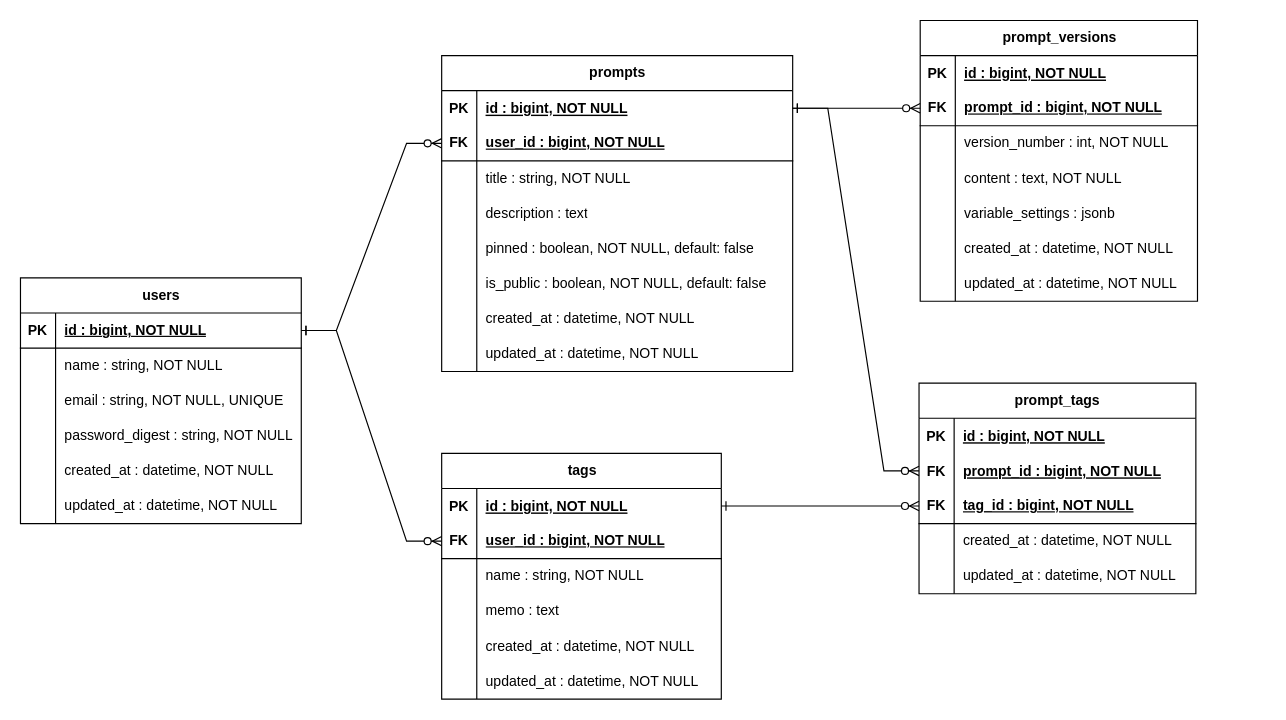
The draw.io diagram ER.drawio in yokota-dev-app/graduation_project_app, before the edit. Source tidied: cells renumbered, new cells numbered last; positions are measured from the earlier drawing's top-left corner, leaving out a move shared by most shapes. Both pictures are drawn from the tidied source at 117%, with x=0, y=0 at pixel (20, 20).
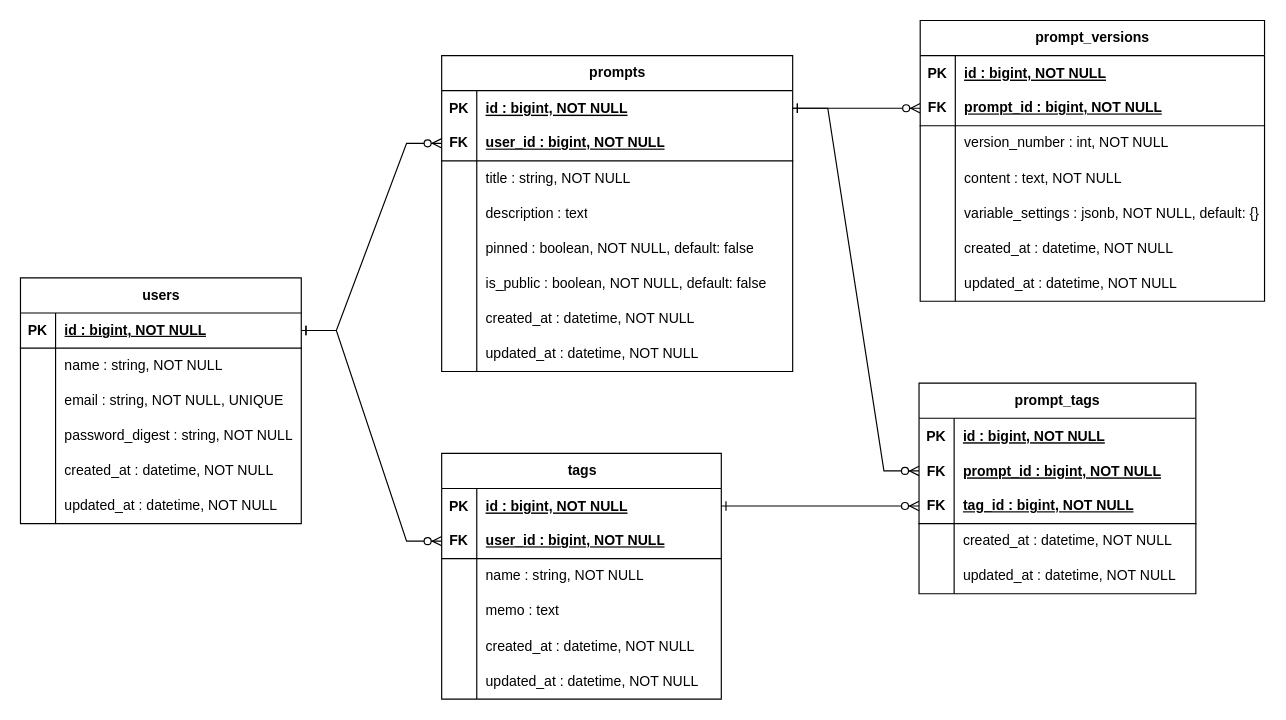
After the change.

Diff of the diagram source:
```diff
@@
     <mxCell id="46" value="prompt_versions" style="shape=table;startSize=30;childLayout=tableLayout;rowLines=0;fontStyle=1;align=center;html=1;" parent="1" vertex="1">
-      <mxGeometry x="769" width="237" height="240" as="geometry" />
+      <mxGeometry x="769" width="294.3" height="240" as="geometry" />
     </mxCell>
     <mxCell id="47" style="shape=tableRow;horizontal=0;startSize=0;swimlaneHead=0;swimlaneBody=0;fillColor=none;top=0;left=0;right=0;bottom=0;fontStyle=1;" parent="46" vertex="1">
-      <mxGeometry y="30" width="237" height="30" as="geometry" />
+      <mxGeometry y="30" width="294.3" height="30" as="geometry" />
     </mxCell>
@@
     <mxCell id="49" value="id : bigint, NOT NULL" style="shape=partialRectangle;fillColor=none;top=0;left=0;bottom=0;right=0;align=left;spacingLeft=6;overflow=hidden;fontStyle=5;" parent="47" vertex="1">
-      <mxGeometry x="30" width="207" height="30" as="geometry" />
+      <mxGeometry x="30" width="264.3" height="30" as="geometry" />
     </mxCell>
     <mxCell id="50" style="shape=tableRow;horizontal=0;startSize=0;swimlaneHead=0;swimlaneBody=0;fillColor=none;points=[[0,0.5],[1,0.5]];portConstraint=eastwest;top=0;left=0;right=0;bottom=1;" parent="46" vertex="1">
-      <mxGeometry y="60" width="237" height="30" as="geometry" />
+      <mxGeometry y="60" width="294.3" height="30" as="geometry" />
     </mxCell>
@@
     <mxCell id="52" value="prompt_id&amp;nbsp;: bigint&lt;span style=&quot;color: rgb(0, 0, 0);&quot;&gt;, NOT NULL&lt;/span&gt;" style="shape=partialRectangle;fillColor=none;top=0;left=0;bottom=0;right=0;align=left;spacingLeft=6;fontStyle=5;overflow=hidden;whiteSpace=wrap;html=1;" parent="50" vertex="1">
-      <mxGeometry x="30" width="207" height="30" as="geometry" />
+      <mxGeometry x="30" width="264.3" height="30" as="geometry" />
     </mxCell>
     <mxCell id="53" style="shape=tableRow;horizontal=0;startSize=0;swimlaneHead=0;swimlaneBody=0;fillColor=none;top=0;left=0;right=0;bottom=0;" parent="46" vertex="1">
-      <mxGeometry y="90" width="237" height="30" as="geometry" />
+      <mxGeometry y="90" width="294.3" height="30" as="geometry" />
     </mxCell>
@@
     <mxCell id="55" value="version_number : int, NOT NULL" style="shape=partialRectangle;fillColor=none;top=0;left=0;bottom=0;right=0;align=left;spacingLeft=6;overflow=hidden;whiteSpace=wrap;html=1;" parent="53" vertex="1">
-      <mxGeometry x="30" width="207" height="30" as="geometry" />
+      <mxGeometry x="30" width="264.3" height="30" as="geometry" />
     </mxCell>
     <mxCell id="56" style="shape=tableRow;horizontal=0;startSize=0;swimlaneHead=0;swimlaneBody=0;fillColor=none;top=0;left=0;right=0;bottom=0;" parent="46" vertex="1">
-      <mxGeometry y="120" width="237" height="30" as="geometry" />
+      <mxGeometry y="120" width="294.3" height="30" as="geometry" />
     </mxCell>
@@
     <mxCell id="58" value="content&amp;nbsp;: text&lt;span style=&quot;color: rgb(0, 0, 0);&quot;&gt;, NOT NULL&lt;/span&gt;" style="shape=partialRectangle;fillColor=none;top=0;left=0;bottom=0;right=0;align=left;spacingLeft=6;overflow=hidden;whiteSpace=wrap;html=1;" parent="56" vertex="1">
-      <mxGeometry x="30" width="207" height="30" as="geometry" />
+      <mxGeometry x="30" width="264.3" height="30" as="geometry" />
     </mxCell>
     <mxCell id="59" style="shape=tableRow;horizontal=0;startSize=0;swimlaneHead=0;swimlaneBody=0;fillColor=none;top=0;left=0;right=0;bottom=0;" parent="46" vertex="1">
-      <mxGeometry y="150" width="237" height="30" as="geometry" />
+      <mxGeometry y="150" width="294.3" height="30" as="geometry" />
     </mxCell>
@@
-    <mxCell id="61" value="variable_settings&amp;nbsp;: jsonb" style="shape=partialRectangle;fillColor=none;top=0;left=0;bottom=0;right=0;align=left;spacingLeft=6;overflow=hidden;whiteSpace=wrap;html=1;" parent="59" vertex="1">
-      <mxGeometry x="30" width="207" height="30" as="geometry" />
+    <mxCell id="61" value="variable_settings&amp;nbsp;: jsonb&lt;span style=&quot;color: rgb(0, 0, 0);&quot;&gt;, NOT NULL, default: {}&lt;/span&gt;" style="shape=partialRectangle;fillColor=none;top=0;left=0;bottom=0;right=0;align=left;spacingLeft=6;overflow=hidden;whiteSpace=wrap;html=1;" parent="59" vertex="1">
+      <mxGeometry x="30" width="264.3" height="30" as="geometry" />
     </mxCell>
     <mxCell id="62" style="shape=tableRow;horizontal=0;startSize=0;swimlaneHead=0;swimlaneBody=0;fillColor=none;top=0;left=0;right=0;bottom=0;" parent="46" vertex="1">
-      <mxGeometry y="180" width="237" height="30" as="geometry" />
+      <mxGeometry y="180" width="294.3" height="30" as="geometry" />
     </mxCell>
@@
     <mxCell id="64" value="created_at : datetime&lt;span style=&quot;color: rgb(0, 0, 0);&quot;&gt;, NOT NULL&lt;/span&gt;" style="shape=partialRectangle;fillColor=none;top=0;left=0;bottom=0;right=0;align=left;spacingLeft=6;overflow=hidden;whiteSpace=wrap;html=1;" parent="62" vertex="1">
-      <mxGeometry x="30" width="207" height="30" as="geometry" />
+      <mxGeometry x="30" width="264.3" height="30" as="geometry" />
     </mxCell>
     <mxCell id="65" style="shape=tableRow;horizontal=0;startSize=0;swimlaneHead=0;swimlaneBody=0;fillColor=none;top=0;left=0;right=0;bottom=0;" parent="46" vertex="1">
-      <mxGeometry y="210" width="237" height="30" as="geometry" />
+      <mxGeometry y="210" width="294.3" height="30" as="geometry" />
     </mxCell>
@@
     <mxCell id="67" value="updated_at : datetime&lt;span style=&quot;color: rgb(0, 0, 0);&quot;&gt;, NOT NULL&lt;/span&gt;" style="shape=partialRectangle;fillColor=none;top=0;left=0;bottom=0;right=0;align=left;spacingLeft=6;overflow=hidden;whiteSpace=wrap;html=1;" parent="65" vertex="1">
-      <mxGeometry x="30" width="207" height="30" as="geometry" />
+      <mxGeometry x="30" width="264.3" height="30" as="geometry" />
     </mxCell>
```
